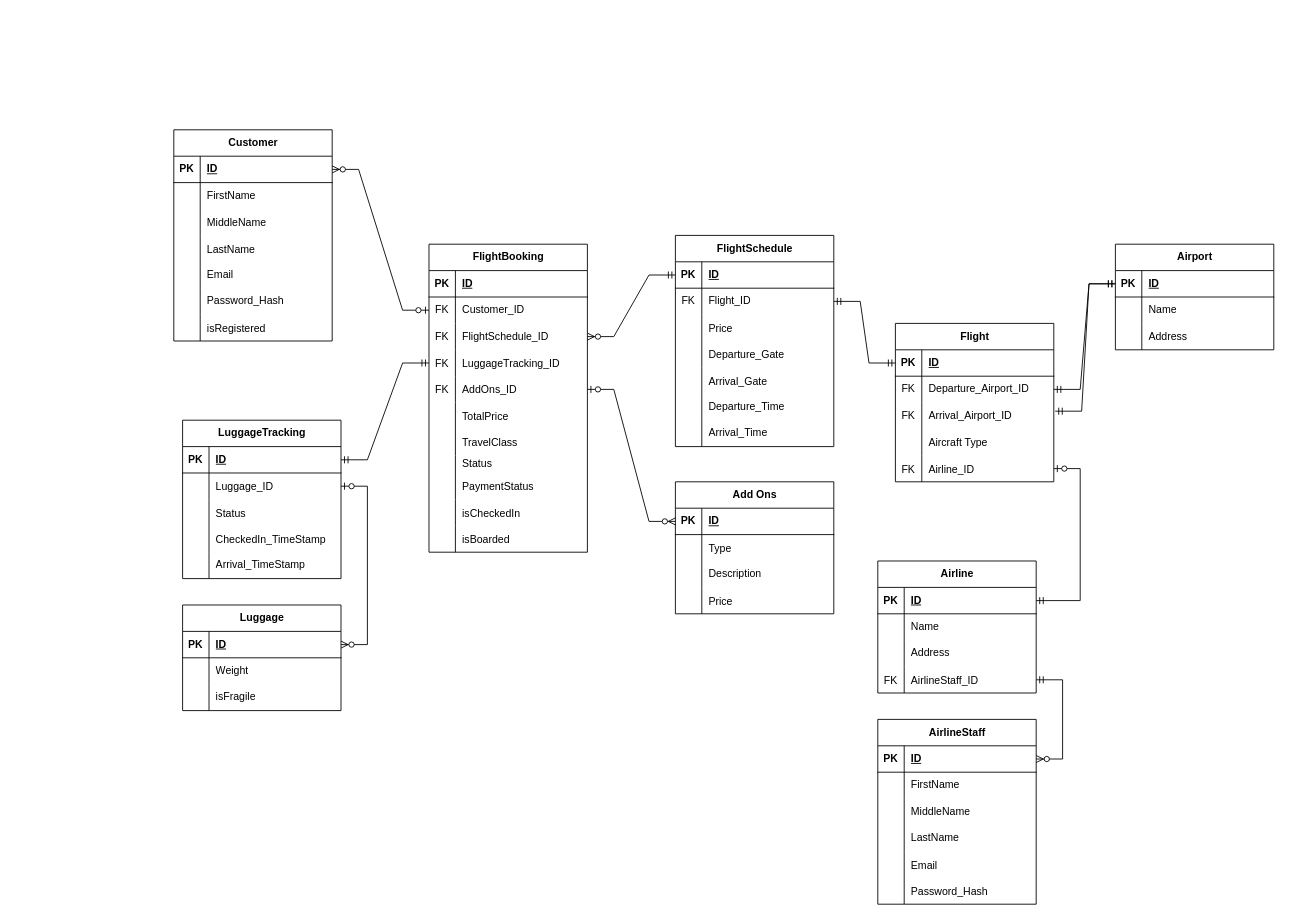
monterdekeanu/monterdekeanu keeps this draw.io diagram as Untitled Diagram.drawio. Above is the earlier version. Source tidied: cells renumbered, new cells numbered last; positions are measured from the earlier drawing's top-left corner, leaving out a move shared by most shapes. Both pictures are drawn from the tidied source at 88%, with x=0, y=0 at pixel (173, 129).
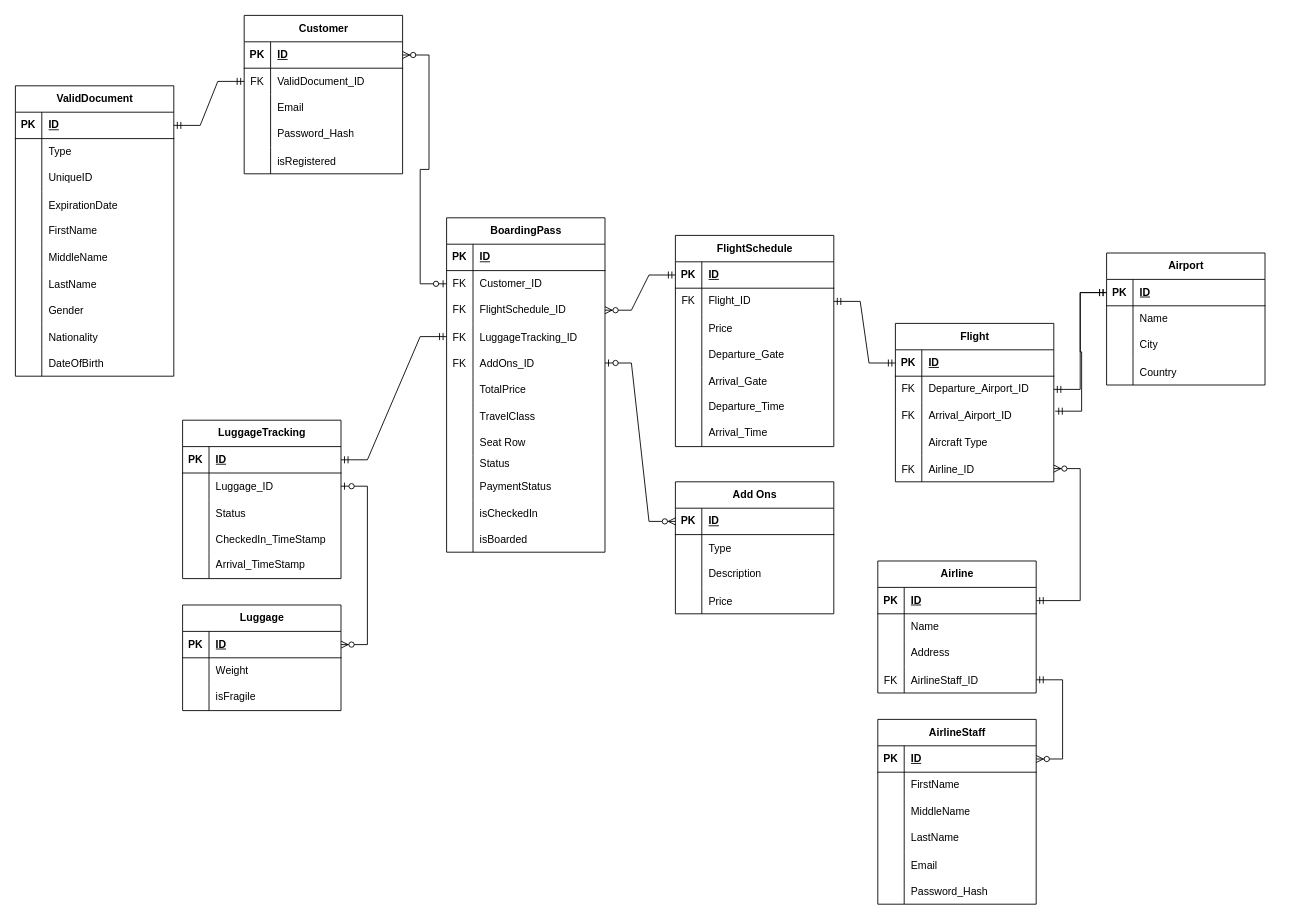
The same page after the edit.

Unchanged cells that the change refers to:
```xml
<mxCell id="93" style="shape=tableRow;horizontal=0;startSize=0;swimlaneHead=0;swimlaneBody=0;fillColor=none;points=[[0,0.5],[1,0.5]];portConstraint=eastwest;top=0;left=0;right=0;bottom=0;" parent="80" vertex="1">
  <mxGeometry y="150" width="180" height="30" as="geometry" />
</mxCell>
<mxCell id="119" style="shape=tableRow;horizontal=0;startSize=0;swimlaneHead=0;swimlaneBody=0;fillColor=none;top=0;left=0;right=0;bottom=0;" parent="112" vertex="1">
  <mxGeometry y="90" width="180" height="30" as="geometry" />
</mxCell>
<mxCell id="173" style="shape=tableRow;horizontal=0;startSize=0;swimlaneHead=0;swimlaneBody=0;fillColor=none;points=[[0,0.5],[1,0.5]];portConstraint=eastwest;top=0;left=0;right=0;bottom=1;" parent="172" vertex="1">
  <mxGeometry y="30" width="180" height="30" as="geometry" />
</mxCell>
```

Diff of the diagram source:
```diff
@@
     <mxCell id="2" value="Customer" style="shape=table;startSize=30;childLayout=tableLayout;rowLines=0;fontStyle=1;align=center;html=1;" parent="1" vertex="1">
-      <mxGeometry width="180" height="240" as="geometry" />
+      <mxGeometry x="80" y="-130" width="180" height="180" as="geometry" />
     </mxCell>
@@
-    <mxCell id="6" style="shape=tableRow;horizontal=0;startSize=0;swimlaneHead=0;swimlaneBody=0;fillColor=none;top=0;left=0;right=0;bottom=0;" parent="2" vertex="1">
-      <mxGeometry y="60" width="180" height="30" as="geometry" />
-    </mxCell>
-    <mxCell id="7" style="shape=partialRectangle;fillColor=none;top=0;left=0;bottom=0;right=0;overflow=hidden;whiteSpace=wrap;html=1;" parent="6" vertex="1">
-      <mxGeometry width="30" height="30" as="geometry" />
-    </mxCell>
-    <mxCell id="8" value="FirstName" style="shape=partialRectangle;fillColor=none;top=0;left=0;bottom=0;right=0;align=left;spacingLeft=6;overflow=hidden;whiteSpace=wrap;html=1;" parent="6" vertex="1">
-      <mxGeometry x="30" width="150" height="30" as="geometry" />
-    </mxCell>
-    <mxCell id="9" style="shape=tableRow;horizontal=0;startSize=0;swimlaneHead=0;swimlaneBody=0;fillColor=none;top=0;left=0;right=0;bottom=0;" parent="2" vertex="1">
-      <mxGeometry y="90" width="180" height="30" as="geometry" />
-    </mxCell>
-    <mxCell id="10" style="shape=partialRectangle;fillColor=none;top=0;left=0;bottom=0;right=0;overflow=hidden;" parent="9" vertex="1">
-      <mxGeometry width="30" height="30" as="geometry" />
-    </mxCell>
-    <mxCell id="11" value="MiddleName" style="shape=partialRectangle;fillColor=none;top=0;left=0;bottom=0;right=0;align=left;spacingLeft=6;overflow=hidden;" parent="9" vertex="1">
-      <mxGeometry x="30" width="150" height="30" as="geometry" />
-    </mxCell>
-    <mxCell id="12" style="shape=tableRow;horizontal=0;startSize=0;swimlaneHead=0;swimlaneBody=0;fillColor=none;top=0;left=0;right=0;bottom=0;" parent="2" vertex="1">
-      <mxGeometry y="120" width="180" height="30" as="geometry" />
-    </mxCell>
-    <mxCell id="13" style="shape=partialRectangle;fillColor=none;top=0;left=0;bottom=0;right=0;overflow=hidden;" parent="12" vertex="1">
-      <mxGeometry width="30" height="30" as="geometry" />
-    </mxCell>
-    <mxCell id="14" value="LastName" style="shape=partialRectangle;fillColor=none;top=0;left=0;bottom=0;right=0;align=left;spacingLeft=6;overflow=hidden;" parent="12" vertex="1">
-      <mxGeometry x="30" width="150" height="30" as="geometry" />
-    </mxCell>
+    <mxCell id="187" style="shape=tableRow;horizontal=0;startSize=0;swimlaneHead=0;swimlaneBody=0;fillColor=none;points=[[0,0.5],[1,0.5]];portConstraint=eastwest;top=0;left=0;right=0;bottom=0;" parent="2" vertex="1">
+      <mxGeometry y="60" width="180" height="30" as="geometry" />
+    </mxCell>
+    <mxCell id="188" value="FK" style="shape=partialRectangle;fillColor=none;top=0;left=0;bottom=0;right=0;overflow=hidden;" parent="187" vertex="1">
+      <mxGeometry width="30" height="30" as="geometry" />
+    </mxCell>
+    <mxCell id="189" value="ValidDocument_ID" style="shape=partialRectangle;fillColor=none;top=0;left=0;bottom=0;right=0;align=left;spacingLeft=6;overflow=hidden;" parent="187" vertex="1">
+      <mxGeometry x="30" width="150" height="30" as="geometry" />
+    </mxCell>
     <mxCell id="15" style="shape=tableRow;horizontal=0;startSize=0;swimlaneHead=0;swimlaneBody=0;fillColor=none;top=0;left=0;right=0;bottom=0;" parent="2" vertex="1">
-      <mxGeometry y="150" width="180" height="30" as="geometry" />
+      <mxGeometry y="90" width="180" height="30" as="geometry" />
     </mxCell>
@@
     <mxCell id="18" style="shape=tableRow;horizontal=0;startSize=0;swimlaneHead=0;swimlaneBody=0;fillColor=none;top=0;left=0;right=0;bottom=0;" parent="2" vertex="1">
-      <mxGeometry y="180" width="180" height="30" as="geometry" />
+      <mxGeometry y="120" width="180" height="30" as="geometry" />
     </mxCell>
@@
     <mxCell id="21" style="shape=tableRow;horizontal=0;startSize=0;swimlaneHead=0;swimlaneBody=0;fillColor=none;top=0;left=0;right=0;bottom=0;" parent="2" vertex="1">
-      <mxGeometry y="210" width="180" height="30" as="geometry" />
+      <mxGeometry y="150" width="180" height="30" as="geometry" />
     </mxCell>
@@
-    <mxCell id="24" value="FlightBooking" style="shape=table;startSize=30;childLayout=tableLayout;rowLines=0;fontStyle=1;align=center;html=1;" parent="1" vertex="1">
-      <mxGeometry x="290" y="130" width="180" height="350" as="geometry" />
+    <mxCell id="24" value="BoardingPass" style="shape=table;startSize=30;childLayout=tableLayout;rowLines=0;fontStyle=1;align=center;html=1;" parent="1" vertex="1">
+      <mxGeometry x="310" y="100" width="180" height="380" as="geometry" />
     </mxCell>
@@
+    <mxCell id="190" style="shape=tableRow;horizontal=0;startSize=0;swimlaneHead=0;swimlaneBody=0;fillColor=none;top=0;left=0;right=0;bottom=0;" parent="24" vertex="1">
+      <mxGeometry y="240" width="180" height="30" as="geometry" />
+    </mxCell>
+    <mxCell id="191" style="shape=partialRectangle;fillColor=none;top=0;left=0;bottom=0;right=0;overflow=hidden;" parent="190" vertex="1">
+      <mxGeometry width="30" height="30" as="geometry" />
+    </mxCell>
+    <mxCell id="192" value="Seat Row" style="shape=partialRectangle;fillColor=none;top=0;left=0;bottom=0;right=0;align=left;spacingLeft=6;overflow=hidden;" parent="190" vertex="1">
+      <mxGeometry x="30" width="150" height="30" as="geometry" />
+    </mxCell>
     <mxCell id="46" style="shape=tableRow;horizontal=0;startSize=0;swimlaneHead=0;swimlaneBody=0;fillColor=none;top=0;left=0;right=0;bottom=0;" parent="24" vertex="1">
-      <mxGeometry y="240" width="180" height="20" as="geometry" />
+      <mxGeometry y="270" width="180" height="20" as="geometry" />
     </mxCell>
@@
     <mxCell id="49" style="shape=tableRow;horizontal=0;startSize=0;swimlaneHead=0;swimlaneBody=0;fillColor=none;top=0;left=0;right=0;bottom=0;" parent="24" vertex="1">
-      <mxGeometry y="260" width="180" height="30" as="geometry" />
+      <mxGeometry y="290" width="180" height="30" as="geometry" />
     </mxCell>
@@
     <mxCell id="52" style="shape=tableRow;horizontal=0;startSize=0;swimlaneHead=0;swimlaneBody=0;fillColor=none;top=0;left=0;right=0;bottom=0;" parent="24" vertex="1">
-      <mxGeometry y="290" width="180" height="30" as="geometry" />
+      <mxGeometry y="320" width="180" height="30" as="geometry" />
     </mxCell>
@@
     <mxCell id="55" style="shape=tableRow;horizontal=0;startSize=0;swimlaneHead=0;swimlaneBody=0;fillColor=none;top=0;left=0;right=0;bottom=0;" parent="24" vertex="1">
-      <mxGeometry y="320" width="180" height="30" as="geometry" />
+      <mxGeometry y="350" width="180" height="30" as="geometry" />
     </mxCell>
@@
     <mxCell id="112" value="Airport" style="shape=table;startSize=30;childLayout=tableLayout;rowLines=0;fontStyle=1;align=center;html=1;" parent="1" vertex="1">
-      <mxGeometry x="1070" y="130" width="180" height="120" as="geometry" />
+      <mxGeometry x="1060" y="140" width="180" height="150" as="geometry" />
     </mxCell>
@@
-    <mxCell id="121" value="Address" style="shape=partialRectangle;fillColor=none;top=0;left=0;bottom=0;right=0;align=left;spacingLeft=6;overflow=hidden;whiteSpace=wrap;html=1;" parent="119" vertex="1">
+    <mxCell id="121" value="City" style="shape=partialRectangle;fillColor=none;top=0;left=0;bottom=0;right=0;align=left;spacingLeft=6;overflow=hidden;whiteSpace=wrap;html=1;" parent="119" vertex="1">
       <mxGeometry x="30" width="150" height="30" as="geometry" />
     </mxCell>
+    <mxCell id="193" style="shape=tableRow;horizontal=0;startSize=0;swimlaneHead=0;swimlaneBody=0;fillColor=none;top=0;left=0;right=0;bottom=0;" parent="112" vertex="1">
+      <mxGeometry y="120" width="180" height="30" as="geometry" />
+    </mxCell>
+    <mxCell id="194" style="shape=partialRectangle;fillColor=none;top=0;left=0;bottom=0;right=0;overflow=hidden;" parent="193" vertex="1">
+      <mxGeometry width="30" height="30" as="geometry" />
+    </mxCell>
+    <mxCell id="195" value="Country" style="shape=partialRectangle;fillColor=none;top=0;left=0;bottom=0;right=0;align=left;spacingLeft=6;overflow=hidden;" parent="193" vertex="1">
+      <mxGeometry x="30" width="150" height="30" as="geometry" />
+    </mxCell>
@@
-    <mxCell id="186" style="edgeStyle=entityRelationEdgeStyle;fontSize=12;html=1;endArrow=ERzeroToOne;startArrow=ERmandOne;rounded=0;exitX=1;exitY=0.5;exitDx=0;exitDy=0;" parent="1" edge="1" source="173" target="93">
+    <mxCell id="186" style="edgeStyle=entityRelationEdgeStyle;fontSize=12;html=1;endArrow=ERzeroToMany;startArrow=ERmandOne;rounded=0;exitX=1;exitY=0.5;exitDx=0;exitDy=0;" parent="1" edge="1" source="173" target="93">
       <mxGeometry relative="1" as="geometry" />
     </mxCell>
+    <mxCell id="196" value="ValidDocument" style="shape=table;startSize=30;childLayout=tableLayout;rowLines=0;fontStyle=1;align=center;html=1;" parent="1" vertex="1">
+      <mxGeometry x="-180" y="-50" width="180" height="330" as="geometry" />
+    </mxCell>
+    <mxCell id="197" style="shape=tableRow;horizontal=0;startSize=0;swimlaneHead=0;swimlaneBody=0;fillColor=none;points=[[0,0.5],[1,0.5]];portConstraint=eastwest;top=0;left=0;right=0;bottom=1;" parent="196" vertex="1">
+      <mxGeometry y="30" width="180" height="30" as="geometry" />
+    </mxCell>
+    <mxCell id="198" value="PK" style="shape=partialRectangle;fillColor=none;top=0;left=0;bottom=0;right=0;fontStyle=1;overflow=hidden;whiteSpace=wrap;html=1;" parent="197" vertex="1">
+      <mxGeometry width="30" height="30" as="geometry" />
+    </mxCell>
+    <mxCell id="199" value="ID" style="shape=partialRectangle;fillColor=none;top=0;left=0;bottom=0;right=0;align=left;spacingLeft=6;fontStyle=5;overflow=hidden;whiteSpace=wrap;html=1;" parent="197" vertex="1">
+      <mxGeometry x="30" width="150" height="30" as="geometry" />
+    </mxCell>
+    <mxCell id="200" style="shape=tableRow;horizontal=0;startSize=0;swimlaneHead=0;swimlaneBody=0;fillColor=none;top=0;left=0;right=0;bottom=0;" parent="196" vertex="1">
+      <mxGeometry y="60" width="180" height="30" as="geometry" />
+    </mxCell>
+    <mxCell id="201" style="shape=partialRectangle;fillColor=none;top=0;left=0;bottom=0;right=0;overflow=hidden;whiteSpace=wrap;html=1;" parent="200" vertex="1">
+      <mxGeometry width="30" height="30" as="geometry" />
+    </mxCell>
+    <mxCell id="202" value="Type" style="shape=partialRectangle;fillColor=none;top=0;left=0;bottom=0;right=0;align=left;spacingLeft=6;overflow=hidden;whiteSpace=wrap;html=1;" parent="200" vertex="1">
+      <mxGeometry x="30" width="150" height="30" as="geometry" />
+    </mxCell>
+    <mxCell id="9" style="shape=tableRow;horizontal=0;startSize=0;swimlaneHead=0;swimlaneBody=0;fillColor=none;top=0;left=0;right=0;bottom=0;" parent="196" vertex="1">
+      <mxGeometry y="90" width="180" height="30" as="geometry" />
+    </mxCell>
+    <mxCell id="203" style="shape=partialRectangle;fillColor=none;top=0;left=0;bottom=0;right=0;overflow=hidden;whiteSpace=wrap;html=1;" parent="9" vertex="1">
+      <mxGeometry width="30" height="30" as="geometry" />
+    </mxCell>
+    <mxCell id="204" value="UniqueID" style="shape=partialRectangle;fillColor=none;top=0;left=0;bottom=0;right=0;align=left;spacingLeft=6;overflow=hidden;whiteSpace=wrap;html=1;" parent="9" vertex="1">
+      <mxGeometry x="30" width="150" height="30" as="geometry" />
+    </mxCell>
+    <mxCell id="205" style="shape=tableRow;horizontal=0;startSize=0;swimlaneHead=0;swimlaneBody=0;fillColor=none;top=0;left=0;right=0;bottom=0;" parent="196" vertex="1">
+      <mxGeometry y="120" width="180" height="30" as="geometry" />
+    </mxCell>
+    <mxCell id="206" style="shape=partialRectangle;fillColor=none;top=0;left=0;bottom=0;right=0;overflow=hidden;" parent="205" vertex="1">
+      <mxGeometry width="30" height="30" as="geometry" />
+    </mxCell>
+    <mxCell id="207" value="ExpirationDate" style="shape=partialRectangle;fillColor=none;top=0;left=0;bottom=0;right=0;align=left;spacingLeft=6;overflow=hidden;" parent="205" vertex="1">
+      <mxGeometry x="30" width="150" height="30" as="geometry" />
+    </mxCell>
+    <mxCell id="208" style="shape=tableRow;horizontal=0;startSize=0;swimlaneHead=0;swimlaneBody=0;fillColor=none;top=0;left=0;right=0;bottom=0;" parent="196" vertex="1">
+      <mxGeometry y="150" width="180" height="30" as="geometry" />
+    </mxCell>
+    <mxCell id="209" style="shape=partialRectangle;fillColor=none;top=0;left=0;bottom=0;right=0;overflow=hidden;whiteSpace=wrap;html=1;" parent="208" vertex="1">
+      <mxGeometry width="30" height="30" as="geometry" />
+    </mxCell>
+    <mxCell id="8" value="FirstName" style="shape=partialRectangle;fillColor=none;top=0;left=0;bottom=0;right=0;align=left;spacingLeft=6;overflow=hidden;whiteSpace=wrap;html=1;" parent="208" vertex="1">
+      <mxGeometry x="30" width="150" height="30" as="geometry" />
+    </mxCell>
+    <mxCell id="210" style="shape=tableRow;horizontal=0;startSize=0;swimlaneHead=0;swimlaneBody=0;fillColor=none;top=0;left=0;right=0;bottom=0;" parent="196" vertex="1">
+      <mxGeometry y="180" width="180" height="30" as="geometry" />
+    </mxCell>
+    <mxCell id="211" style="shape=partialRectangle;fillColor=none;top=0;left=0;bottom=0;right=0;overflow=hidden;" parent="210" vertex="1">
+      <mxGeometry width="30" height="30" as="geometry" />
+    </mxCell>
+    <mxCell id="11" value="MiddleName" style="shape=partialRectangle;fillColor=none;top=0;left=0;bottom=0;right=0;align=left;spacingLeft=6;overflow=hidden;" parent="210" vertex="1">
+      <mxGeometry x="30" width="150" height="30" as="geometry" />
+    </mxCell>
+    <mxCell id="212" style="shape=tableRow;horizontal=0;startSize=0;swimlaneHead=0;swimlaneBody=0;fillColor=none;top=0;left=0;right=0;bottom=0;" parent="196" vertex="1">
+      <mxGeometry y="210" width="180" height="30" as="geometry" />
+    </mxCell>
+    <mxCell id="213" style="shape=partialRectangle;fillColor=none;top=0;left=0;bottom=0;right=0;overflow=hidden;" parent="212" vertex="1">
+      <mxGeometry width="30" height="30" as="geometry" />
+    </mxCell>
+    <mxCell id="14" value="LastName" style="shape=partialRectangle;fillColor=none;top=0;left=0;bottom=0;right=0;align=left;spacingLeft=6;overflow=hidden;" parent="212" vertex="1">
+      <mxGeometry x="30" width="150" height="30" as="geometry" />
+    </mxCell>
+    <mxCell id="214" style="shape=tableRow;horizontal=0;startSize=0;swimlaneHead=0;swimlaneBody=0;fillColor=none;top=0;left=0;right=0;bottom=0;" parent="196" vertex="1">
+      <mxGeometry y="240" width="180" height="30" as="geometry" />
+    </mxCell>
+    <mxCell id="215" style="shape=partialRectangle;fillColor=none;top=0;left=0;bottom=0;right=0;overflow=hidden;" parent="214" vertex="1">
+      <mxGeometry width="30" height="30" as="geometry" />
+    </mxCell>
+    <mxCell id="216" value="Gender" style="shape=partialRectangle;fillColor=none;top=0;left=0;bottom=0;right=0;align=left;spacingLeft=6;overflow=hidden;" parent="214" vertex="1">
+      <mxGeometry x="30" width="150" height="30" as="geometry" />
+    </mxCell>
+    <mxCell id="217" style="shape=tableRow;horizontal=0;startSize=0;swimlaneHead=0;swimlaneBody=0;fillColor=none;top=0;left=0;right=0;bottom=0;" parent="196" vertex="1">
+      <mxGeometry y="270" width="180" height="30" as="geometry" />
+    </mxCell>
+    <mxCell id="218" style="shape=partialRectangle;fillColor=none;top=0;left=0;bottom=0;right=0;overflow=hidden;" parent="217" vertex="1">
+      <mxGeometry width="30" height="30" as="geometry" />
+    </mxCell>
+    <mxCell id="219" value="Nationality" style="shape=partialRectangle;fillColor=none;top=0;left=0;bottom=0;right=0;align=left;spacingLeft=6;overflow=hidden;" parent="217" vertex="1">
+      <mxGeometry x="30" width="150" height="30" as="geometry" />
+    </mxCell>
+    <mxCell id="220" style="shape=tableRow;horizontal=0;startSize=0;swimlaneHead=0;swimlaneBody=0;fillColor=none;top=0;left=0;right=0;bottom=0;" parent="196" vertex="1">
+      <mxGeometry y="300" width="180" height="30" as="geometry" />
+    </mxCell>
+    <mxCell id="221" style="shape=partialRectangle;fillColor=none;top=0;left=0;bottom=0;right=0;overflow=hidden;" parent="220" vertex="1">
+      <mxGeometry width="30" height="30" as="geometry" />
+    </mxCell>
+    <mxCell id="222" value="DateOfBirth" style="shape=partialRectangle;fillColor=none;top=0;left=0;bottom=0;right=0;align=left;spacingLeft=6;overflow=hidden;" parent="220" vertex="1">
+      <mxGeometry x="30" width="150" height="30" as="geometry" />
+    </mxCell>
+    <mxCell id="223" style="edgeStyle=entityRelationEdgeStyle;fontSize=12;html=1;endArrow=ERmandOne;startArrow=ERmandOne;rounded=0;exitX=1;exitY=0.5;exitDx=0;exitDy=0;entryX=0;entryY=0.5;entryDx=0;entryDy=0;" parent="1" edge="1" source="197" target="187">
+      <mxGeometry relative="1" as="geometry" />
+    </mxCell>
```
